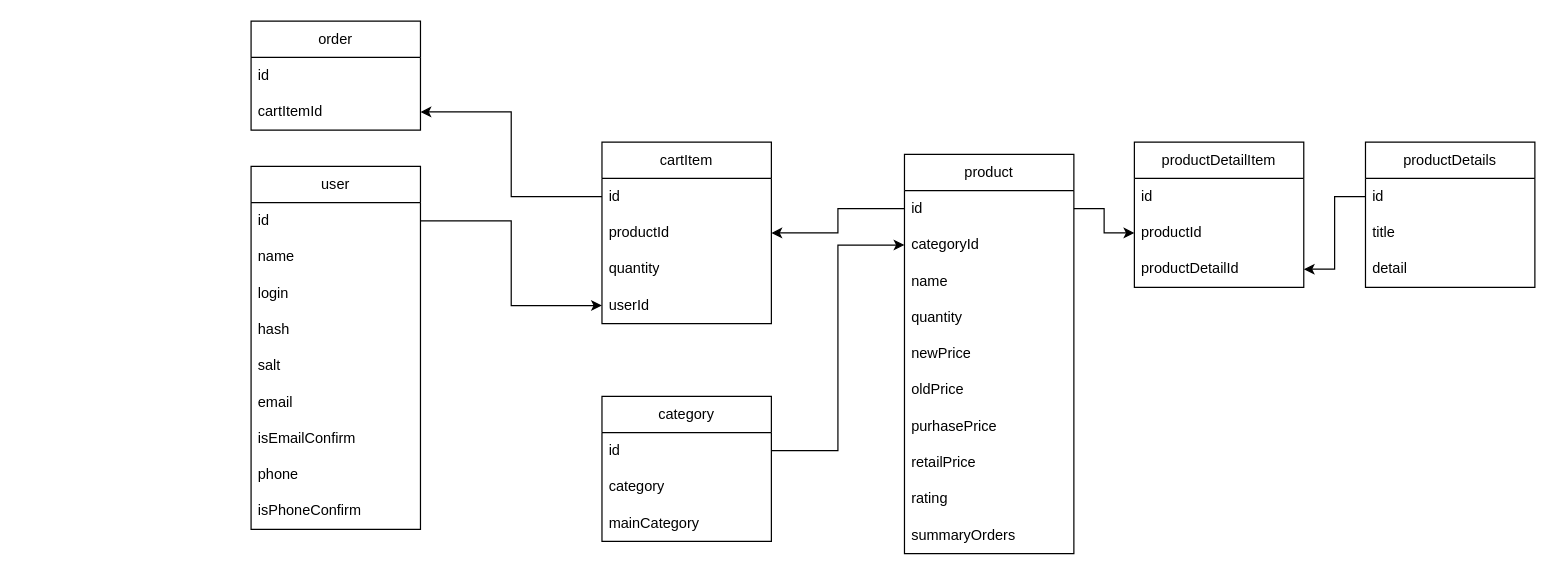
SkaixX-sys/CarSoundStore keeps this draw.io diagram as er.drawio. Above is the earlier version. Source tidied: cells renumbered, new cells numbered last; positions are measured from the earlier drawing's top-left corner, leaving out a move shared by most shapes. Both pictures are drawn from the tidied source at 121%, with x=0, y=0 at pixel (250, 21).
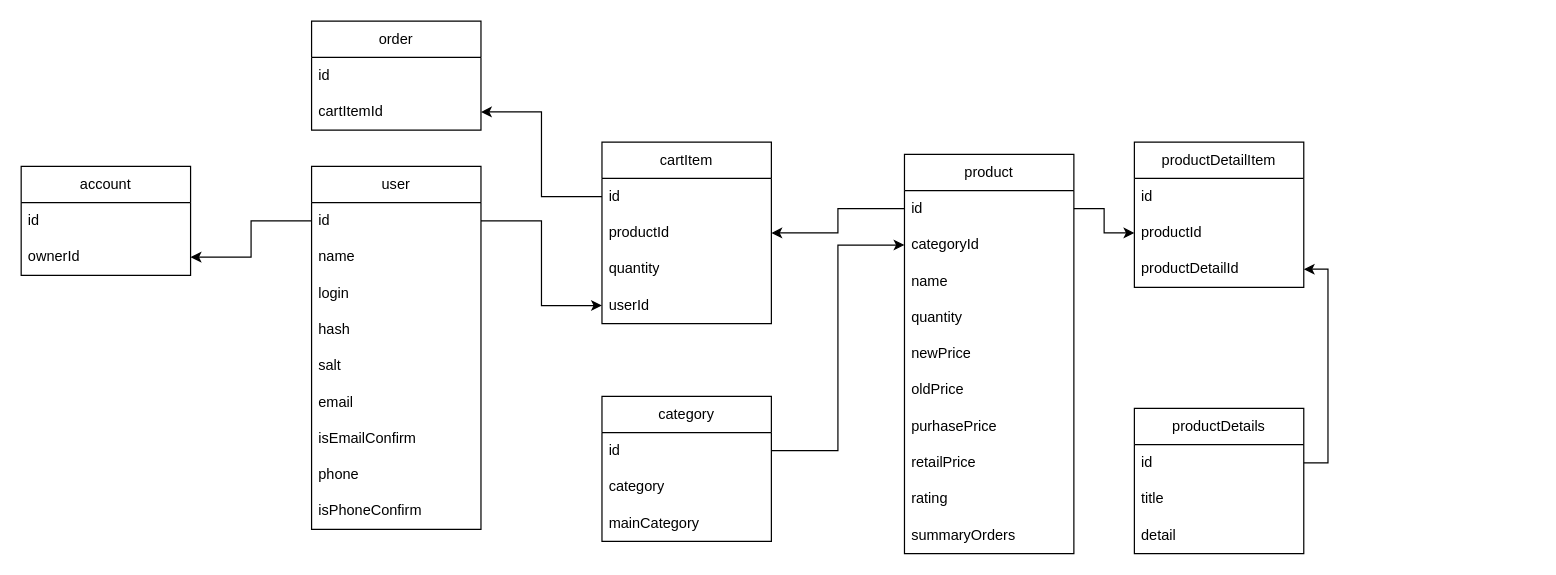
Above is the later version.

Commit message:
add account entity

Unchanged cells that the change refers to:
```xml
<mxCell id="3" value="id" style="text;strokeColor=none;fillColor=none;align=left;verticalAlign=middle;spacingLeft=4;spacingRight=4;overflow=hidden;points=[[0,0.5],[1,0.5]];portConstraint=eastwest;whiteSpace=wrap;html=1;" parent="2" vertex="1">
  <mxGeometry y="30" width="140" height="30" as="geometry" />
</mxCell>
<mxCell id="35" value="id" style="text;strokeColor=none;fillColor=none;align=left;verticalAlign=middle;spacingLeft=4;spacingRight=4;overflow=hidden;points=[[0,0.5],[1,0.5]];portConstraint=eastwest;whiteSpace=wrap;html=1;" parent="34" vertex="1">
  <mxGeometry y="30" width="140" height="30" as="geometry" />
</mxCell>
<mxCell id="41" value="productDetailId" style="text;strokeColor=none;fillColor=none;align=left;verticalAlign=middle;spacingLeft=4;spacingRight=4;overflow=hidden;points=[[0,0.5],[1,0.5]];portConstraint=eastwest;whiteSpace=wrap;html=1;" parent="38" vertex="1">
  <mxGeometry y="90" width="140" height="30" as="geometry" />
</mxCell>
```

Diff of the diagram source:
```diff
@@
     <mxCell id="2" value="user&lt;br&gt;" style="swimlane;fontStyle=0;horizontal=1;startSize=30;whiteSpace=wrap;html=1;" parent="1" vertex="1">
-      <mxGeometry y="120" width="140" height="300" as="geometry" />
+      <mxGeometry x="50" y="120" width="140" height="300" as="geometry" />
     </mxCell>
@@
     <mxCell id="30" value="order" style="swimlane;fontStyle=0;horizontal=1;startSize=30;whiteSpace=wrap;html=1;" parent="1" vertex="1">
-      <mxGeometry width="140" height="90" as="geometry" />
+      <mxGeometry x="50" width="140" height="90" as="geometry" />
     </mxCell>
@@
     <mxCell id="34" value="productDetails" style="swimlane;fontStyle=0;horizontal=1;startSize=30;whiteSpace=wrap;html=1;" parent="1" vertex="1">
-      <mxGeometry x="921" y="100" width="140" height="120" as="geometry" />
+      <mxGeometry x="730" y="320" width="140" height="120" as="geometry" />
     </mxCell>
@@
-    <mxCell id="43" style="edgeStyle=orthogonalEdgeStyle;rounded=0;jettySize=auto;html=1;entryX=1;entryY=0.5;entryDx=0;entryDy=0;" parent="1" edge="1" source="35" target="41">
+    <mxCell id="43" style="edgeStyle=orthogonalEdgeStyle;rounded=0;jettySize=auto;html=1;entryX=1;entryY=0.5;entryDx=0;entryDy=0;exitX=1;exitY=0.5;exitDx=0;exitDy=0;" parent="1" edge="1" source="35" target="41">
       <mxGeometry relative="1" as="geometry" />
     </mxCell>
@@
+    <mxCell id="49" value="account" style="swimlane;fontStyle=0;horizontal=1;startSize=30;whiteSpace=wrap;html=1;" parent="1" vertex="1">
+      <mxGeometry x="-190" y="120" width="140" height="90" as="geometry" />
+    </mxCell>
+    <mxCell id="50" value="id" style="text;strokeColor=none;fillColor=none;align=left;verticalAlign=middle;spacingLeft=4;spacingRight=4;overflow=hidden;whiteSpace=wrap;html=1;" parent="49" vertex="1">
+      <mxGeometry y="30" width="140" height="30" as="geometry" />
+    </mxCell>
+    <mxCell id="51" value="ownerId" style="text;strokeColor=none;fillColor=none;align=left;verticalAlign=middle;spacingLeft=4;spacingRight=4;overflow=hidden;points=[[0,0.5],[1,0.5]];portConstraint=eastwest;whiteSpace=wrap;html=1;" parent="49" vertex="1">
+      <mxGeometry y="60" width="140" height="30" as="geometry" />
+    </mxCell>
+    <mxCell id="52" style="edgeStyle=orthogonalEdgeStyle;rounded=0;jettySize=auto;html=1;entryX=1;entryY=0.5;entryDx=0;entryDy=0;" parent="1" edge="1" source="3" target="51">
+      <mxGeometry relative="1" as="geometry" />
+    </mxCell>
```
